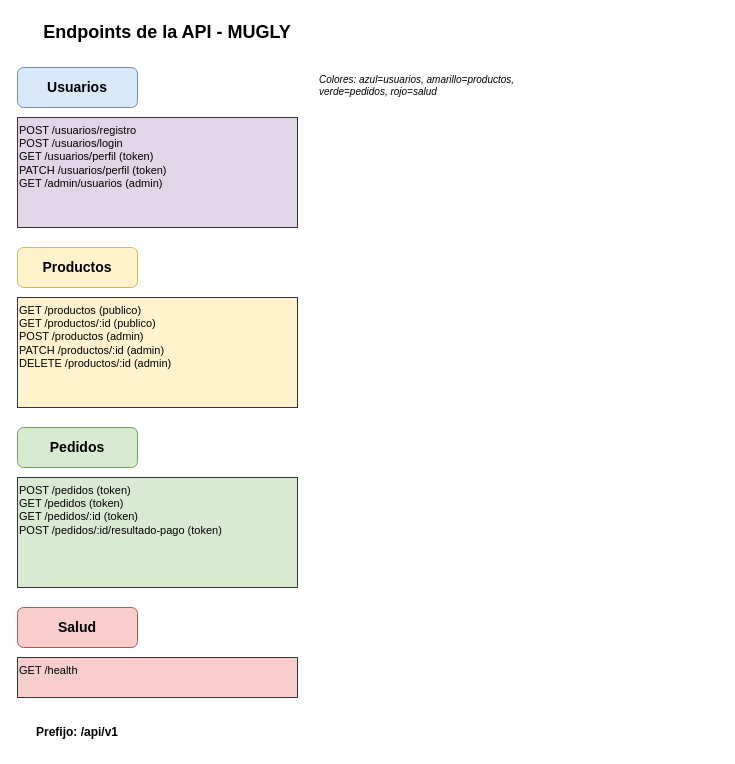
Above: docs/endpoints.drawio.xml in peddiazd/Backend-MUGLY (draw.io), before the change. Source tidied: cells renumbered, new cells numbered last; positions are measured from the earlier drawing's top-left corner, leaving out a move shared by most shapes. Both pictures are drawn from the tidied source at 100%, with x=0, y=0 at pixel (17, 17).
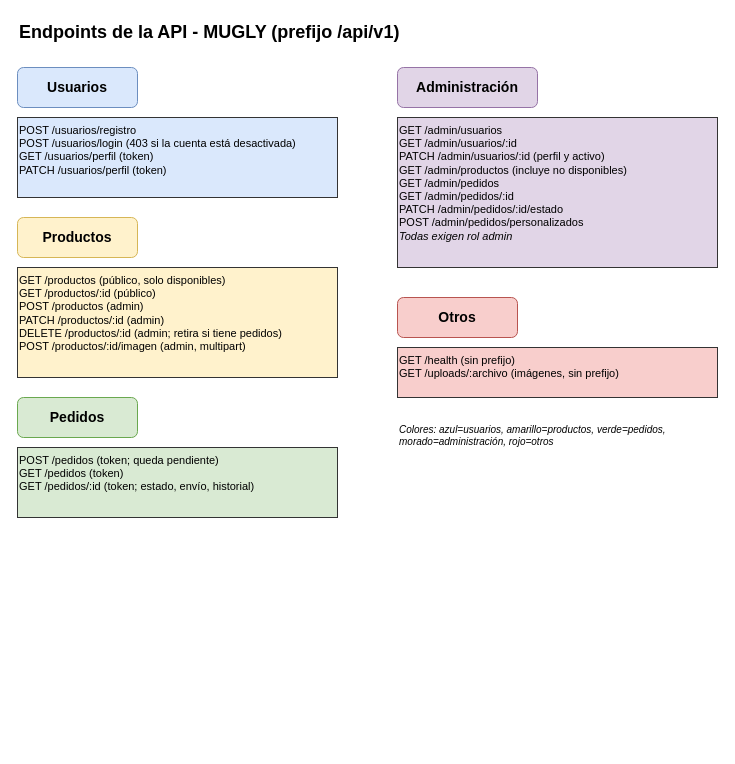
The same page after the edit.

Commit message (it also covers changes not shown here):
docs: actualizar diagramas y README de docs al estado actual del sistema

The edit, as a diff of the source:
```diff
@@
 <mxGraphModel background="#ffffff">
   <root>
     <mxCell id="0" />
     <mxCell id="1" parent="0" />
-    <mxCell id="2" value="Endpoints de la API - MUGLY" style="text;html=1;strokeColor=none;fillColor=none;align=center;verticalAlign=middle;whiteSpace=wrap;rounded=0;fontSize=18;fontStyle=1;" parent="1" vertex="1">
-      <mxGeometry width="300" height="30" as="geometry" />
+    <mxCell id="2" value="Endpoints de la API - MUGLY (prefijo /api/v1)" style="text;html=1;strokeColor=none;fillColor=none;align=left;verticalAlign=middle;whiteSpace=wrap;rounded=0;fontSize=18;fontStyle=1;" parent="1" vertex="1">
+      <mxGeometry width="500" height="30" as="geometry" />
     </mxCell>
     <mxCell id="3" value="Usuarios" style="rounded=1;whiteSpace=wrap;html=1;fillColor=#dae8fc;strokeColor=#6c8ebf;fontSize=14;fontStyle=1;" parent="1" vertex="1">
       <mxGeometry y="50" width="120" height="40" as="geometry" />
     </mxCell>
-    <mxCell id="4" value="POST /usuarios/registro&lt;br&gt;POST /usuarios/login&lt;br&gt;GET /usuarios/perfil (token)&lt;br&gt;PATCH /usuarios/perfil (token)&lt;br&gt;GET /admin/usuarios (admin)" style="text;html=1;strokeColor=#333333;fillColor=#e1d5e7;align=left;verticalAlign=top;whiteSpace=wrap;rounded=0;fontSize=11;" parent="1" vertex="1">
-      <mxGeometry y="100" width="280" height="110" as="geometry" />
+    <mxCell id="4" value="POST /usuarios/registro&lt;br&gt;POST /usuarios/login (403 si la cuenta está desactivada)&lt;br&gt;GET /usuarios/perfil (token)&lt;br&gt;PATCH /usuarios/perfil (token)" style="text;html=1;strokeColor=#333333;fillColor=#dae8fc;align=left;verticalAlign=top;whiteSpace=wrap;rounded=0;fontSize=11;" parent="1" vertex="1">
+      <mxGeometry y="100" width="320" height="80" as="geometry" />
     </mxCell>
     <mxCell id="5" value="Productos" style="rounded=1;whiteSpace=wrap;html=1;fillColor=#fff2cc;strokeColor=#d6b656;fontSize=14;fontStyle=1;" parent="1" vertex="1">
-      <mxGeometry y="230" width="120" height="40" as="geometry" />
+      <mxGeometry y="200" width="120" height="40" as="geometry" />
     </mxCell>
-    <mxCell id="6" value="GET /productos (publico)&lt;br&gt;GET /productos/:id (publico)&lt;br&gt;POST /productos (admin)&lt;br&gt;PATCH /productos/:id (admin)&lt;br&gt;DELETE /productos/:id (admin)" style="text;html=1;strokeColor=#333333;fillColor=#fff2cc;align=left;verticalAlign=top;whiteSpace=wrap;rounded=0;fontSize=11;" parent="1" vertex="1">
-      <mxGeometry y="280" width="280" height="110" as="geometry" />
+    <mxCell id="6" value="GET /productos (público, solo disponibles)&lt;br&gt;GET /productos/:id (público)&lt;br&gt;POST /productos (admin)&lt;br&gt;PATCH /productos/:id (admin)&lt;br&gt;DELETE /productos/:id (admin; retira si tiene pedidos)&lt;br&gt;POST /productos/:id/imagen (admin, multipart)" style="text;html=1;strokeColor=#333333;fillColor=#fff2cc;align=left;verticalAlign=top;whiteSpace=wrap;rounded=0;fontSize=11;" parent="1" vertex="1">
+      <mxGeometry y="250" width="320" height="110" as="geometry" />
     </mxCell>
     <mxCell id="7" value="Pedidos" style="rounded=1;whiteSpace=wrap;html=1;fillColor=#d9ead3;strokeColor=#6aa84f;fontSize=14;fontStyle=1;" parent="1" vertex="1">
-      <mxGeometry y="410" width="120" height="40" as="geometry" />
+      <mxGeometry y="380" width="120" height="40" as="geometry" />
     </mxCell>
-    <mxCell id="8" value="POST /pedidos (token)&lt;br&gt;GET /pedidos (token)&lt;br&gt;GET /pedidos/:id (token)&lt;br&gt;POST /pedidos/:id/resultado-pago (token)" style="text;html=1;strokeColor=#333333;fillColor=#d9ead3;align=left;verticalAlign=top;whiteSpace=wrap;rounded=0;fontSize=11;" parent="1" vertex="1">
-      <mxGeometry y="460" width="280" height="110" as="geometry" />
+    <mxCell id="8" value="POST /pedidos (token; queda pendiente)&lt;br&gt;GET /pedidos (token)&lt;br&gt;GET /pedidos/:id (token; estado, envío, historial)" style="text;html=1;strokeColor=#333333;fillColor=#d9ead3;align=left;verticalAlign=top;whiteSpace=wrap;rounded=0;fontSize=11;" parent="1" vertex="1">
+      <mxGeometry y="430" width="320" height="70" as="geometry" />
     </mxCell>
-    <mxCell id="9" value="Salud" style="rounded=1;whiteSpace=wrap;html=1;fillColor=#f8cecc;strokeColor=#b85450;fontSize=14;fontStyle=1;" parent="1" vertex="1">
-      <mxGeometry y="590" width="120" height="40" as="geometry" />
-    </mxCell>
-    <mxCell id="10" value="GET /health" style="text;html=1;strokeColor=#333333;fillColor=#f8cecc;align=left;verticalAlign=top;whiteSpace=wrap;rounded=0;fontSize=11;" parent="1" vertex="1">
-      <mxGeometry y="640" width="280" height="40" as="geometry" />
-    </mxCell>
-    <mxCell id="11" value="Prefijo: /api/v1" style="text;html=1;strokeColor=none;fillColor=none;align=center;verticalAlign=middle;whiteSpace=wrap;rounded=0;fontSize=12;fontStyle=1;" parent="1" vertex="1">
-      <mxGeometry y="700" width="120" height="30" as="geometry" />
-    </mxCell>
+    <mxCell id="13" value="Administración" style="rounded=1;whiteSpace=wrap;html=1;fillColor=#e1d5e7;strokeColor=#9673a6;fontSize=14;fontStyle=1;" parent="1" vertex="1">
+      <mxGeometry x="380" y="50" width="140" height="40" as="geometry" />
+    </mxCell>
+    <mxCell id="14" value="GET /admin/usuarios&lt;br&gt;GET /admin/usuarios/:id&lt;br&gt;PATCH /admin/usuarios/:id (perfil y activo)&lt;br&gt;GET /admin/productos (incluye no disponibles)&lt;br&gt;GET /admin/pedidos&lt;br&gt;GET /admin/pedidos/:id&lt;br&gt;PATCH /admin/pedidos/:id/estado&lt;br&gt;POST /admin/pedidos/personalizados&lt;br&gt;&lt;i&gt;Todas exigen rol admin&lt;/i&gt;" style="text;html=1;strokeColor=#333333;fillColor=#e1d5e7;align=left;verticalAlign=top;whiteSpace=wrap;rounded=0;fontSize=11;" parent="1" vertex="1">
+      <mxGeometry x="380" y="100" width="320" height="150" as="geometry" />
+    </mxCell>
+    <mxCell id="15" value="Otros" style="rounded=1;whiteSpace=wrap;html=1;fillColor=#f8cecc;strokeColor=#b85450;fontSize=14;fontStyle=1;" parent="1" vertex="1">
+      <mxGeometry x="380" y="280" width="120" height="40" as="geometry" />
+    </mxCell>
+    <mxCell id="16" value="GET /health (sin prefijo)&lt;br&gt;GET /uploads/:archivo (imágenes, sin prefijo)" style="text;html=1;strokeColor=#333333;fillColor=#f8cecc;align=left;verticalAlign=top;whiteSpace=wrap;rounded=0;fontSize=11;" parent="1" vertex="1">
+      <mxGeometry x="380" y="330" width="320" height="50" as="geometry" />
+    </mxCell>
-    <mxCell id="12" value="Colores: azul=usuarios, amarillo=productos, verde=pedidos, rojo=salud" style="text;html=1;strokeColor=none;fillColor=none;align=left;verticalAlign=top;whiteSpace=wrap;rounded=0;fontSize=10;fontStyle=2;" parent="1" vertex="1">
-      <mxGeometry x="300" y="50" width="200" height="60" as="geometry" />
+    <mxCell id="12" value="Colores: azul=usuarios, amarillo=productos, verde=pedidos, morado=administración, rojo=otros" style="text;html=1;strokeColor=none;fillColor=none;align=left;verticalAlign=top;whiteSpace=wrap;rounded=0;fontSize=10;fontStyle=2;" parent="1" vertex="1">
+      <mxGeometry x="380" y="400" width="320" height="40" as="geometry" />
     </mxCell>
   </root>
 </mxGraphModel>
```
